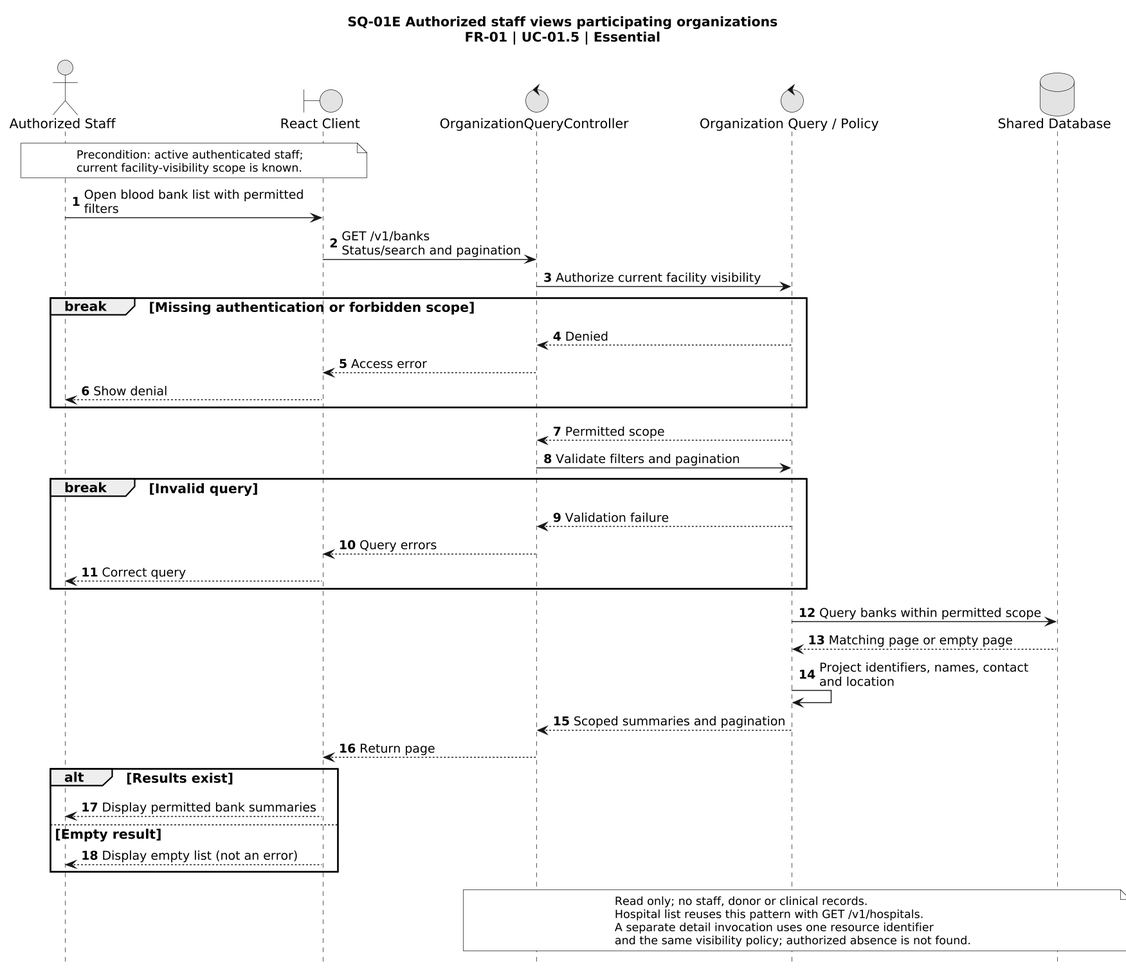
Above: docs/uml/Sequence/SQ-01E-ViewOrganizations.png in TitanDevX/BloodBankPlatformUni (PlantUML), before the change. Source of this version:
```plantuml
@startuml
title SQ-01E Authorized staff views participating organizations\nFR-01 | UC-01.5 | Essential
skinparam monochrome true
skinparam shadowing false
skinparam defaultFontName Arial
skinparam defaultFontSize 14
skinparam ArrowFontSize 13
skinparam noteFontSize 12
skinparam dpi 140
hide footbox
skinparam maxMessageSize 240
autonumber
actor "Authorized Staff" as Staff
boundary "React Client" as Client
control "OrganizationQueryController" as Ctrl
control "Organization Query / Policy" as Query
database "Shared Database" as DB
note over Staff, Client
 Precondition: active authenticated staff;
 current facility-visibility scope is known.
end note
Staff -> Client: Open blood bank list with permitted filters
Client -> Ctrl: GET /v1/banks\nStatus/search and pagination
Ctrl -> Query: Authorize current facility visibility
break Missing authentication or forbidden scope
 Query --> Ctrl: Denied
 Ctrl --> Client: Access error
 Client --> Staff: Show denial
end
Query --> Ctrl: Permitted scope
Ctrl -> Query: Validate filters and pagination
break Invalid query
 Query --> Ctrl: Validation failure
 Ctrl --> Client: Query errors
 Client --> Staff: Correct query
end
Query -> DB: Query banks within permitted scope
DB --> Query: Matching page or empty page
Query -> Query: Project identifiers, names, contact and location
Query --> Ctrl: Scoped summaries and pagination
Ctrl --> Client: Return page
alt Results exist
 Client --> Staff: Display permitted bank summaries
else Empty result
 Client --> Staff: Display empty list (not an error)
end
note over Ctrl, DB
 Read only; no staff, donor or clinical records.
 Hospital list reuses this pattern with GET /v1/hospitals.
 A separate detail invocation uses one resource identifier
 and the same visibility policy; authorized absence is not found.
end note
@enduml
```
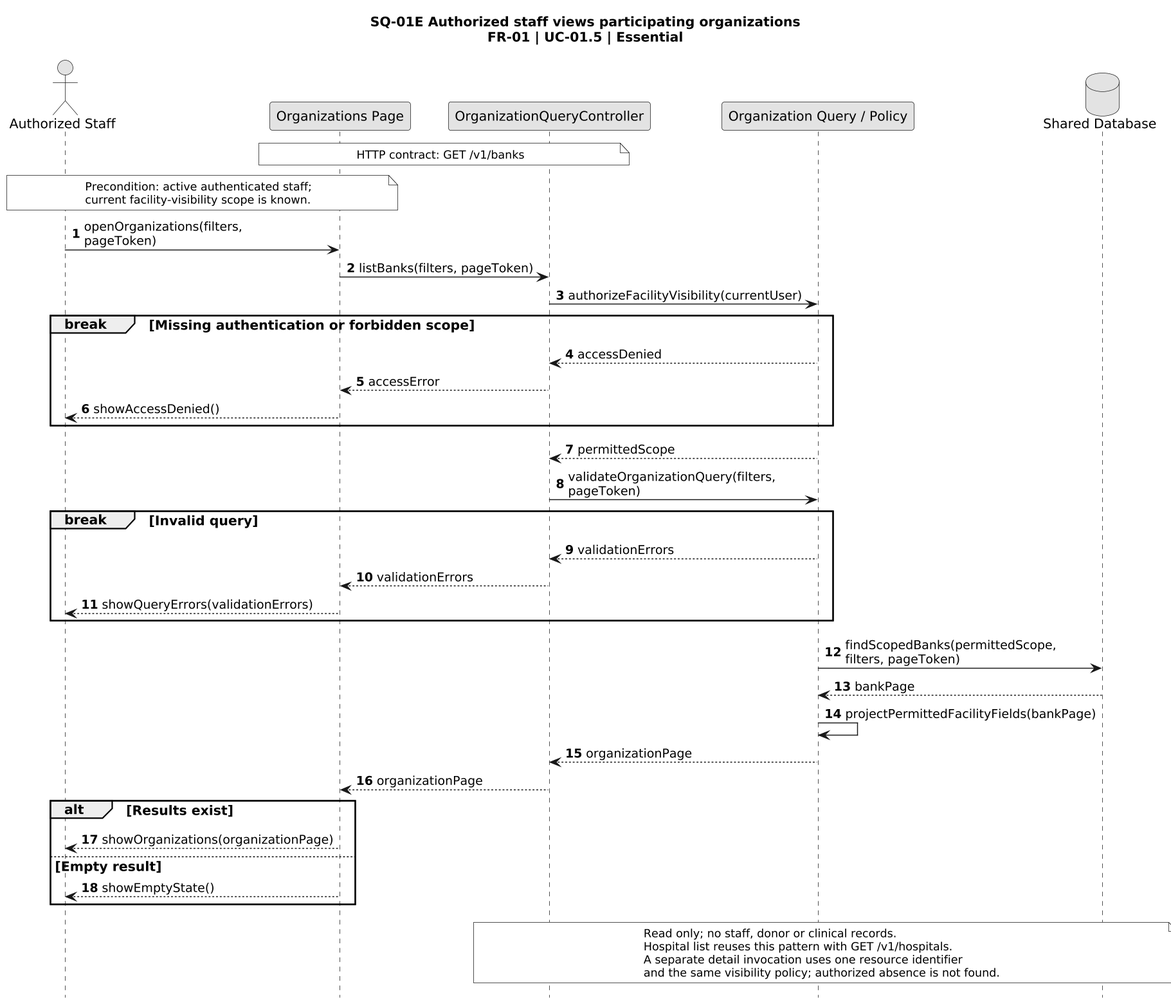
Above is the later version.

Change to the diagram source:
```diff
@@ -11,38 +11,41 @@
 skinparam maxMessageSize 240
 autonumber
 actor "Authorized Staff" as Staff
-boundary "React Client" as Client
-control "OrganizationQueryController" as Ctrl
-control "Organization Query / Policy" as Query
+participant "Organizations Page" as Client
+participant "OrganizationQueryController" as Ctrl
+participant "Organization Query / Policy" as Query
 database "Shared Database" as DB
+note over Client, Ctrl
+ HTTP contract: GET /v1/banks
+end note
 note over Staff, Client
  Precondition: active authenticated staff;
  current facility-visibility scope is known.
 end note
-Staff -> Client: Open blood bank list with permitted filters
-Client -> Ctrl: GET /v1/banks\nStatus/search and pagination
-Ctrl -> Query: Authorize current facility visibility
+Staff -> Client: openOrganizations(filters, pageToken)
+Client -> Ctrl: listBanks(filters, pageToken)
+Ctrl -> Query: authorizeFacilityVisibility(currentUser)
 break Missing authentication or forbidden scope
- Query --> Ctrl: Denied
- Ctrl --> Client: Access error
- Client --> Staff: Show denial
+ Query --> Ctrl: accessDenied
+ Ctrl --> Client: accessError
+ Client --> Staff: showAccessDenied()
 end
-Query --> Ctrl: Permitted scope
-Ctrl -> Query: Validate filters and pagination
+Query --> Ctrl: permittedScope
+Ctrl -> Query: validateOrganizationQuery(filters, pageToken)
 break Invalid query
- Query --> Ctrl: Validation failure
- Ctrl --> Client: Query errors
- Client --> Staff: Correct query
+ Query --> Ctrl: validationErrors
+ Ctrl --> Client: validationErrors
+ Client --> Staff: showQueryErrors(validationErrors)
 end
-Query -> DB: Query banks within permitted scope
-DB --> Query: Matching page or empty page
-Query -> Query: Project identifiers, names, contact and location
-Query --> Ctrl: Scoped summaries and pagination
-Ctrl --> Client: Return page
+Query -> DB: findScopedBanks(permittedScope, filters, pageToken)
+DB --> Query: bankPage
+Query -> Query: projectPermittedFacilityFields(bankPage)
+Query --> Ctrl: organizationPage
+Ctrl --> Client: organizationPage
 alt Results exist
- Client --> Staff: Display permitted bank summaries
+ Client --> Staff: showOrganizations(organizationPage)
 else Empty result
- Client --> Staff: Display empty list (not an error)
+ Client --> Staff: showEmptyState()
 end
 note over Ctrl, DB
  Read only; no staff, donor or clinical records.
```
